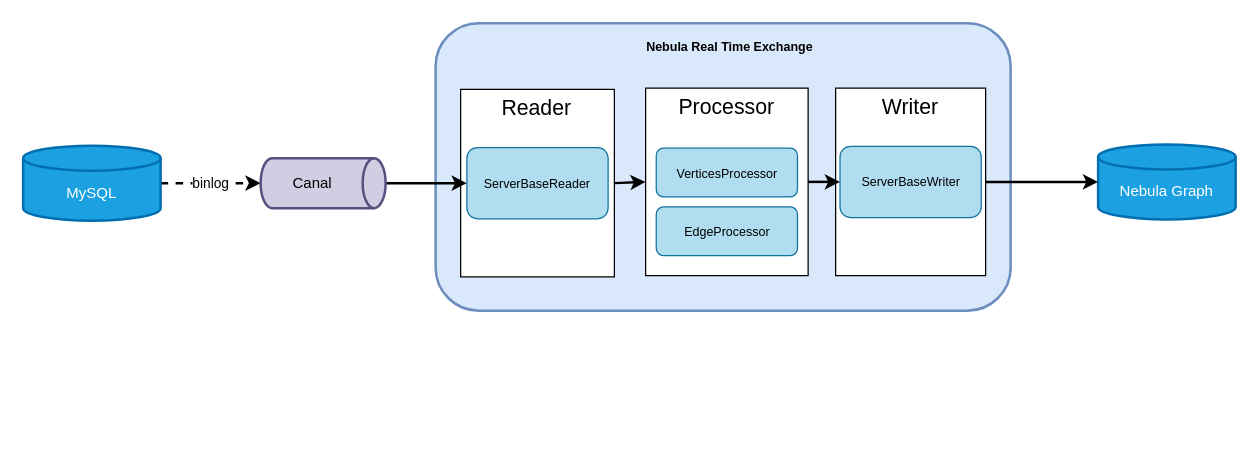
This is Untitled Diagram.drawio from ToJ112/pic-md, a draw.io file, before an edit. Source tidied: cells renumbered, new cells numbered last; positions are measured from the earlier drawing's top-left corner, leaving out a move shared by most shapes. Both pictures are drawn from the tidied source at 125%, with x=0, y=0 at pixel (22, 22).
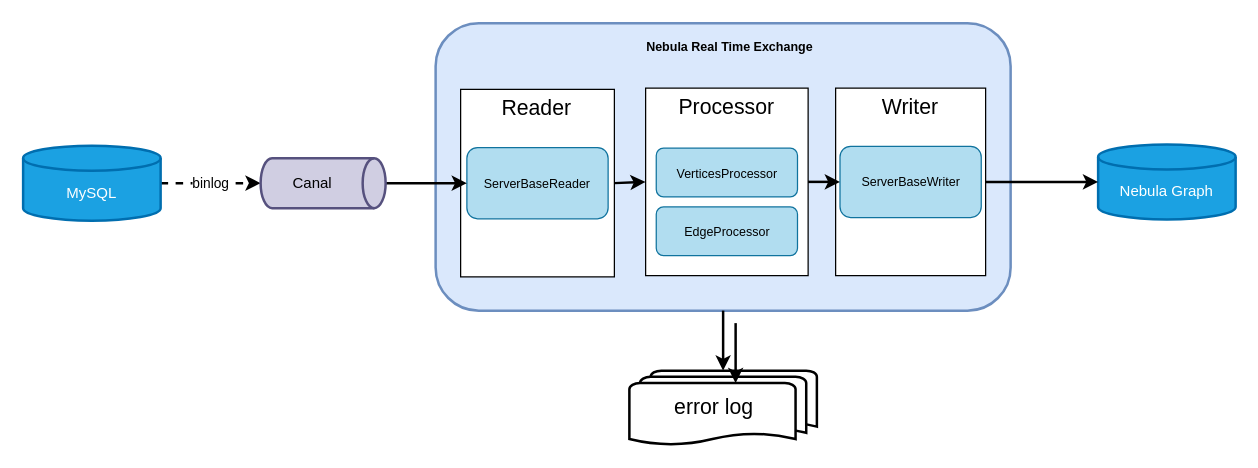
The same page after the edit.

The change refers to these unchanged cells:
```xml
<mxCell id="3" style="rounded=1;whiteSpace=wrap;html=1;fillColor=#dae8fc;strokeWidth=2;strokeColor=#6c8ebf;" parent="2" vertex="1">
  <mxGeometry width="460" height="230" as="geometry" />
</mxCell>
```

Change to the diagram source:
```diff
@@
+    <mxCell id="29" value="error log&amp;nbsp; &amp;nbsp;" style="strokeWidth=2;html=1;shape=mxgraph.flowchart.multi-document;whiteSpace=wrap;rounded=0;fontSize=17;" parent="1" vertex="1">
+      <mxGeometry x="485" y="278" width="150" height="60" as="geometry" />
+    </mxCell>
+    <mxCell id="30" style="edgeStyle=none;rounded=0;jettySize=auto;html=1;fontSize=17;strokeWidth=2;" parent="1" edge="1" source="3" target="29">
+      <mxGeometry relative="1" as="geometry" />
+    </mxCell>
+    <mxCell id="31" style="edgeStyle=none;rounded=0;orthogonalLoop=1;jettySize=auto;html=1;fontSize=17;strokeWidth=2;" parent="1" edge="1">
+      <mxGeometry relative="1" as="geometry">
+        <mxPoint x="570" y="240" as="sourcePoint" />
+        <mxPoint x="570" y="288" as="targetPoint" />
+      </mxGeometry>
+    </mxCell>
```
